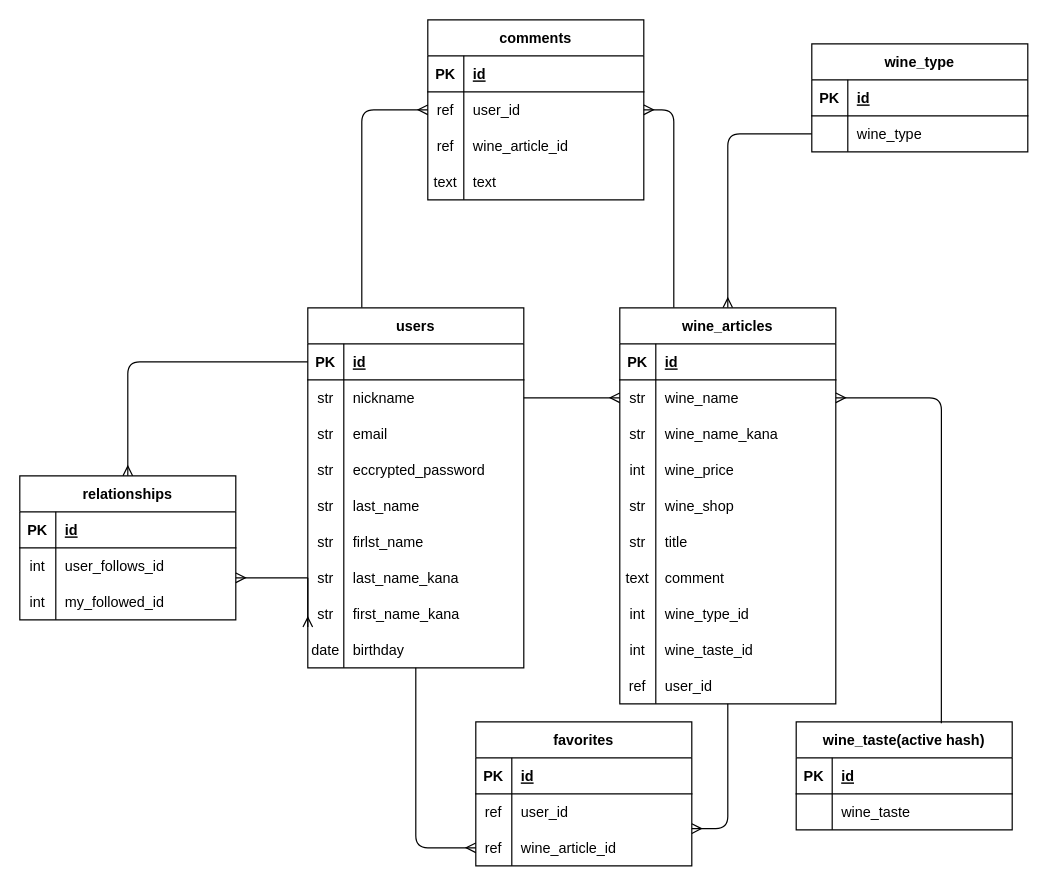
Above: app/views/wine-park-37082.dio in kzen23/wine-park-37082 (draw.io), before the change. Source tidied: cells renumbered, new cells numbered last; positions are measured from the earlier drawing's top-left corner, leaving out a move shared by most shapes. Both pictures are drawn from the tidied source at 120%, with x=0, y=0 at pixel (19, 19).
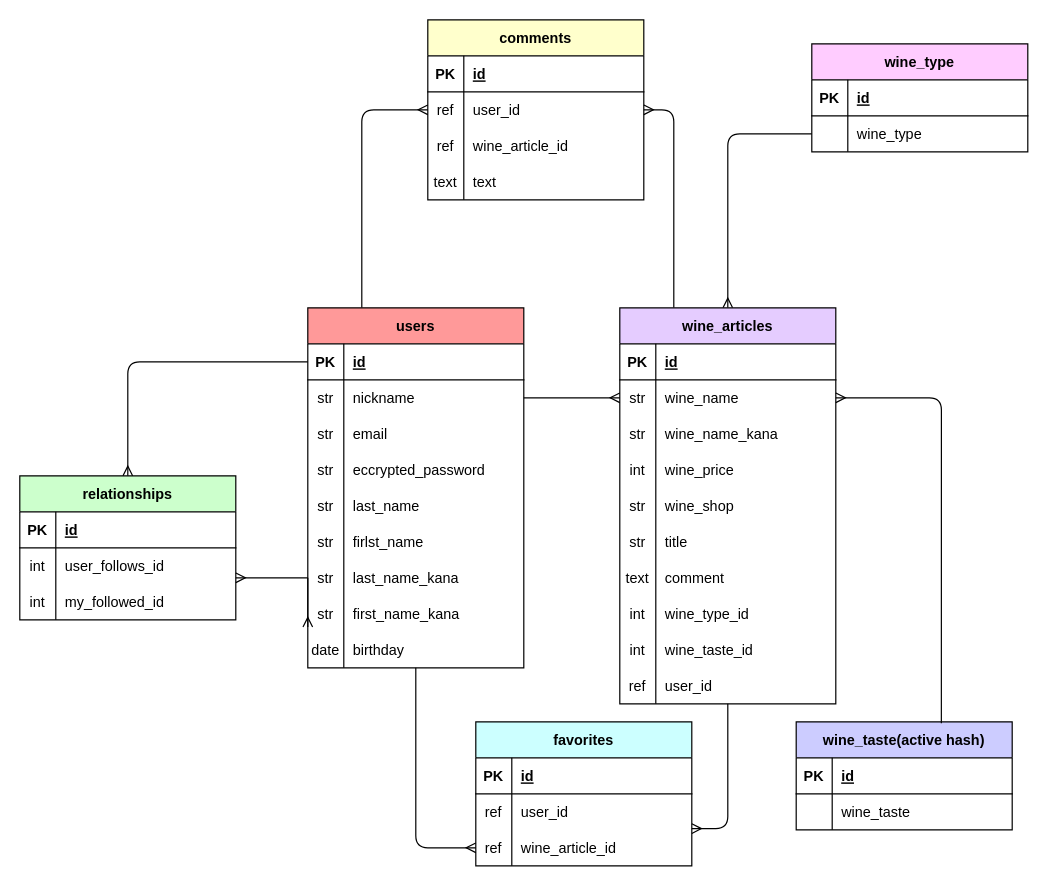
After the change.

Change to the diagram source:
```diff
@@
-    <mxCell id="4" value="users" style="shape=table;startSize=30;childLayout=tableLayout;rowLines=0;fontStyle=1;align=center;" parent="1" vertex="1">
+    <mxCell id="4" value="users" style="shape=table;startSize=30;childLayout=tableLayout;rowLines=0;fontStyle=1;align=center;strokeColor=#000000;fillColor=#FF9999;" parent="1" vertex="1">
       <mxGeometry x="240" y="240" width="180" height="300" as="geometry" />
     </mxCell>
@@
-    <mxCell id="33" value="relationships" style="shape=table;startSize=30;childLayout=tableLayout;rowLines=0;fontStyle=1;align=center;" parent="1" vertex="1">
+    <mxCell id="33" value="relationships" style="shape=table;startSize=30;childLayout=tableLayout;rowLines=0;fontStyle=1;align=center;fillColor=#CCFFCC;" parent="1" vertex="1">
       <mxGeometry y="380" width="180" height="120" as="geometry" />
     </mxCell>
@@
-    <mxCell id="46" value="wine_articles" style="shape=table;startSize=30;childLayout=tableLayout;rowLines=0;fontStyle=1;align=center;" parent="1" vertex="1">
+    <mxCell id="46" value="wine_articles" style="shape=table;startSize=30;childLayout=tableLayout;rowLines=0;fontStyle=1;align=center;fillColor=#E5CCFF;" parent="1" vertex="1">
       <mxGeometry x="500" y="240" width="180" height="330" as="geometry" />
     </mxCell>
@@
-    <mxCell id="77" value="comments" style="shape=table;startSize=30;childLayout=tableLayout;rowLines=0;fontStyle=1;align=center;" parent="1" vertex="1">
+    <mxCell id="77" value="comments" style="shape=table;startSize=30;childLayout=tableLayout;rowLines=0;fontStyle=1;align=center;fillColor=#FFFFCC;" parent="1" vertex="1">
       <mxGeometry x="340" width="180" height="150" as="geometry" />
     </mxCell>
@@
-    <mxCell id="90" value="favorites" style="shape=table;startSize=30;childLayout=tableLayout;rowLines=0;fontStyle=1;align=center;" parent="1" vertex="1">
+    <mxCell id="90" value="favorites" style="shape=table;startSize=30;childLayout=tableLayout;rowLines=0;fontStyle=1;align=center;fillColor=#CCFFFF;" parent="1" vertex="1">
       <mxGeometry x="380" y="585" width="180" height="120" as="geometry" />
     </mxCell>
@@
-    <mxCell id="100" value="wine_type" style="shape=table;startSize=30;childLayout=tableLayout;rowLines=0;fontStyle=1;align=center;" parent="1" vertex="1">
+    <mxCell id="100" value="wine_type" style="shape=table;startSize=30;childLayout=tableLayout;rowLines=0;fontStyle=1;align=center;fillColor=#FFCCFF;" parent="1" vertex="1">
       <mxGeometry x="660" y="20" width="180" height="90" as="geometry" />
     </mxCell>
@@
-    <mxCell id="107" value="wine_taste(active hash)" style="shape=table;startSize=30;childLayout=tableLayout;rowLines=0;fontStyle=1;align=center;" parent="1" vertex="1">
+    <mxCell id="107" value="wine_taste(active hash)" style="shape=table;startSize=30;childLayout=tableLayout;rowLines=0;fontStyle=1;align=center;fillColor=#CCCCFF;" parent="1" vertex="1">
       <mxGeometry x="647" y="585" width="180" height="90" as="geometry" />
     </mxCell>
```
